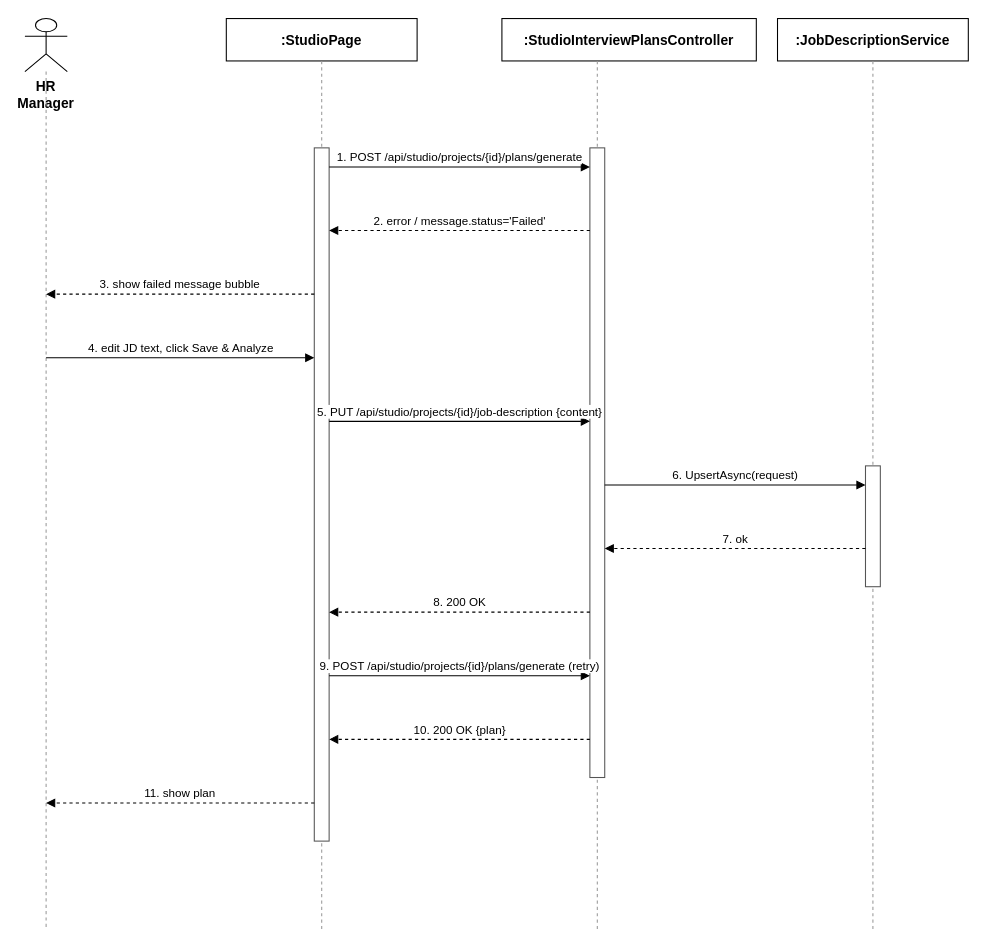
Before: docs/qa/Nam_SequenceDiagram/03_JobDescriptionManagement_UpdateJD_WhenFailed.drawio in tulklk/AI_Interview_Question_Generation_RAG_LLM_FE, a draw.io diagram. Source tidied: cells renumbered, new cells numbered last; positions are measured from the earlier drawing's top-left corner, leaving out a move shared by most shapes. Both pictures are drawn from the tidied source at 106%, with x=0, y=0 at pixel (24, 18).
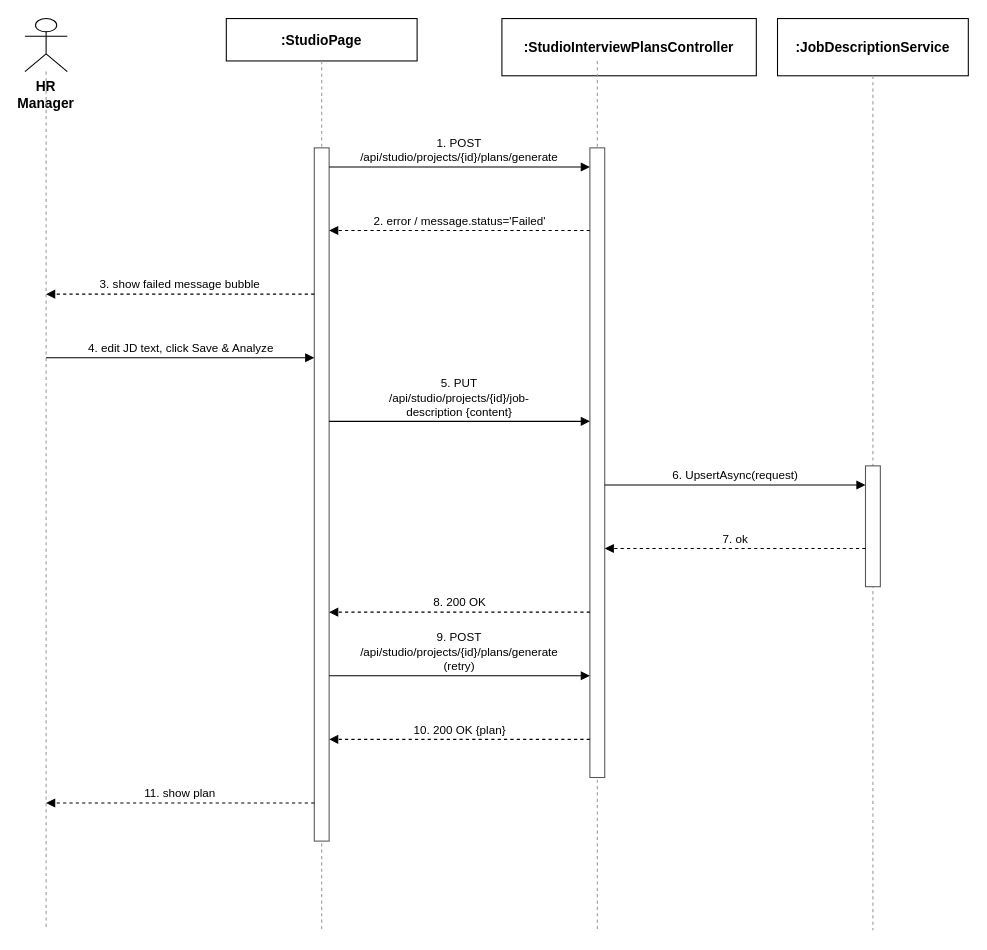
The same diagram, later.

Change to the diagram source:
```diff
@@
     <mxCell id="6" value=":StudioInterviewPlansController" style="rounded=0;whiteSpace=wrap;html=1;fontSize=13;fillColor=#ffffff;strokeColor=#000000;fontStyle=1;" parent="1" vertex="1">
-      <mxGeometry x="450" width="240" height="40" as="geometry" />
+      <mxGeometry x="450" width="240" height="54" as="geometry" />
     </mxCell>
@@
     <mxCell id="8" value=":JobDescriptionService" style="rounded=0;whiteSpace=wrap;html=1;fontSize=13;fillColor=#ffffff;strokeColor=#000000;fontStyle=1;" parent="1" vertex="1">
-      <mxGeometry x="710" width="180" height="40" as="geometry" />
+      <mxGeometry x="710" width="180" height="54" as="geometry" />
     </mxCell>
     <mxCell id="9" style="endArrow=none;dashed=1;html=1;strokeColor=#999999;" parent="1" edge="1">
       <mxGeometry relative="1" as="geometry">
-        <mxPoint x="800" y="40" as="sourcePoint" />
+        <mxPoint x="800" y="54" as="sourcePoint" />
         <mxPoint x="800" y="860" as="targetPoint" />
       </mxGeometry>
     </mxCell>
@@
-    <mxCell id="13" value="1. POST /api/studio/projects/{id}/plans/generate" style="endArrow=block;endFill=1;html=1;fontSize=11;align=center;verticalAlign=bottom;labelBackgroundColor=#ffffff;strokeColor=#000000;" parent="1" edge="1">
+    <mxCell id="13" value="1. POST /api/studio/projects/{id}/plans/generate" style="endArrow=block;endFill=1;html=1;whiteSpace=wrap;fontSize=11;align=center;verticalAlign=bottom;labelBackgroundColor=#ffffff;strokeColor=#000000;" parent="1" edge="1">
       <mxGeometry relative="1" as="geometry">
         <mxPoint x="287" y="140" as="sourcePoint" />
         <mxPoint x="533" y="140" as="targetPoint" />
       </mxGeometry>
     </mxCell>
@@
-    <mxCell id="17" value="5. PUT /api/studio/projects/{id}/job-description {content}" style="endArrow=block;endFill=1;html=1;fontSize=11;align=center;verticalAlign=bottom;labelBackgroundColor=#ffffff;strokeColor=#000000;" parent="1" edge="1">
+    <mxCell id="17" value="5. PUT /api/studio/projects/{id}/job-description {content}" style="endArrow=block;endFill=1;html=1;whiteSpace=wrap;fontSize=11;align=center;verticalAlign=bottom;labelBackgroundColor=#ffffff;strokeColor=#000000;" parent="1" edge="1">
       <mxGeometry relative="1" as="geometry">
         <mxPoint x="287" y="380" as="sourcePoint" />
         <mxPoint x="533" y="380" as="targetPoint" />
       </mxGeometry>
     </mxCell>
@@
-    <mxCell id="21" value="9. POST /api/studio/projects/{id}/plans/generate (retry)" style="endArrow=block;endFill=1;html=1;fontSize=11;align=center;verticalAlign=bottom;labelBackgroundColor=#ffffff;strokeColor=#000000;" parent="1" edge="1">
+    <mxCell id="21" value="9. POST /api/studio/projects/{id}/plans/generate (retry)" style="endArrow=block;endFill=1;html=1;whiteSpace=wrap;fontSize=11;align=center;verticalAlign=bottom;labelBackgroundColor=#ffffff;strokeColor=#000000;" parent="1" edge="1">
       <mxGeometry relative="1" as="geometry">
         <mxPoint x="287" y="620" as="sourcePoint" />
         <mxPoint x="533" y="620" as="targetPoint" />
       </mxGeometry>
     </mxCell>
```
